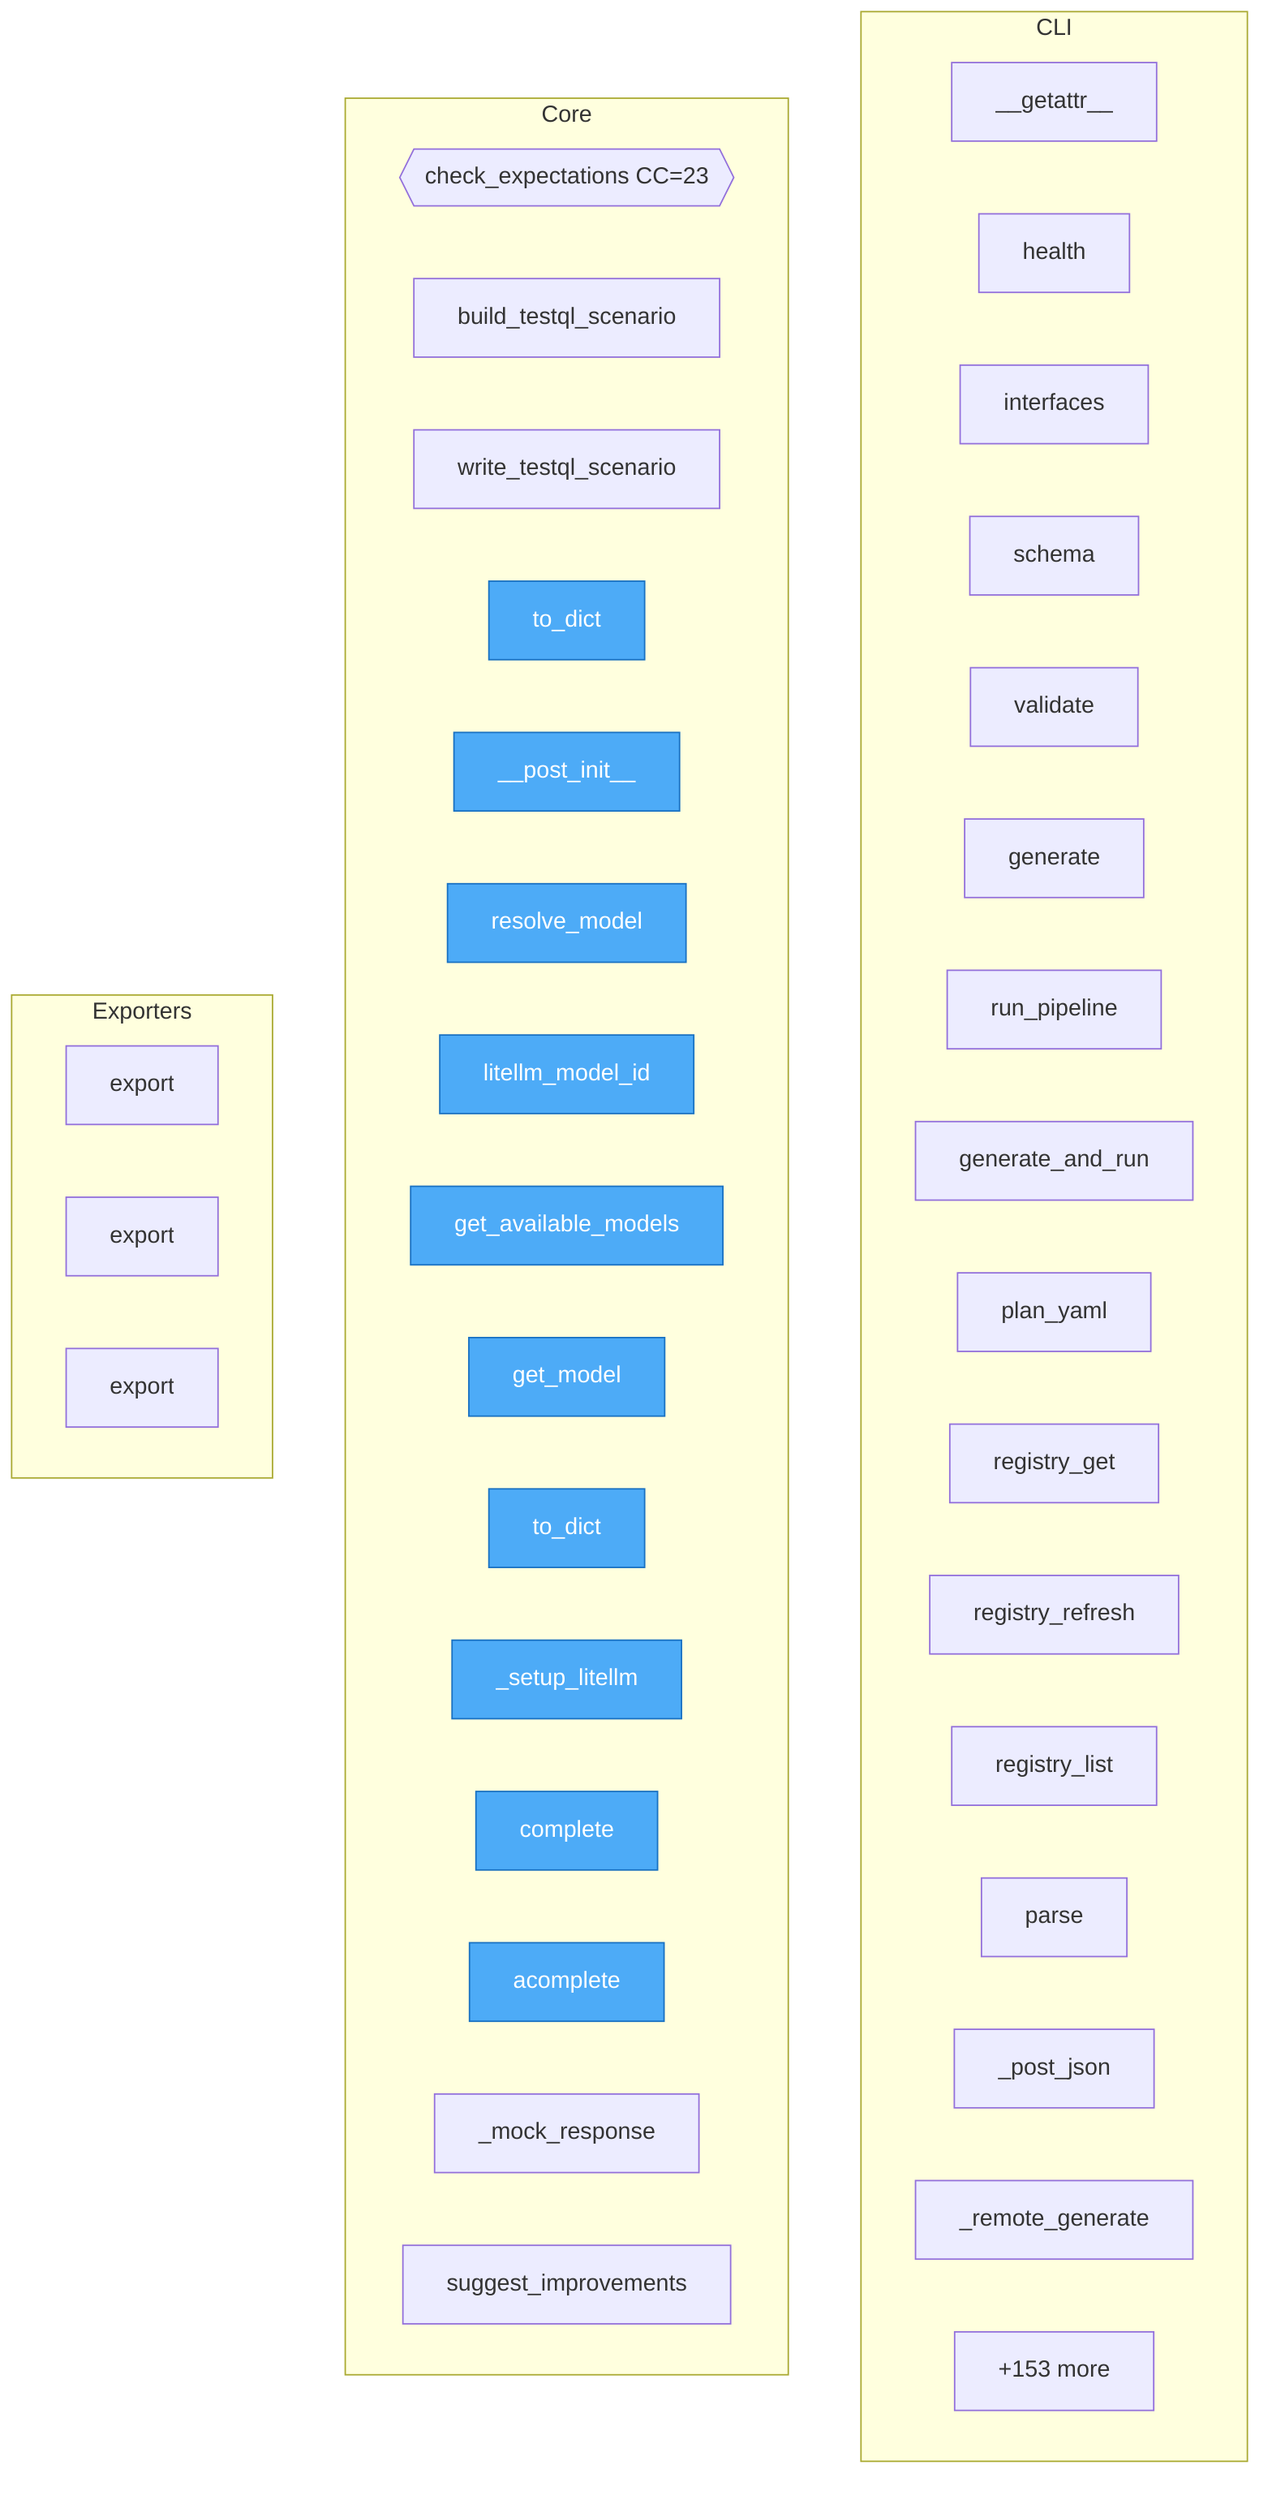
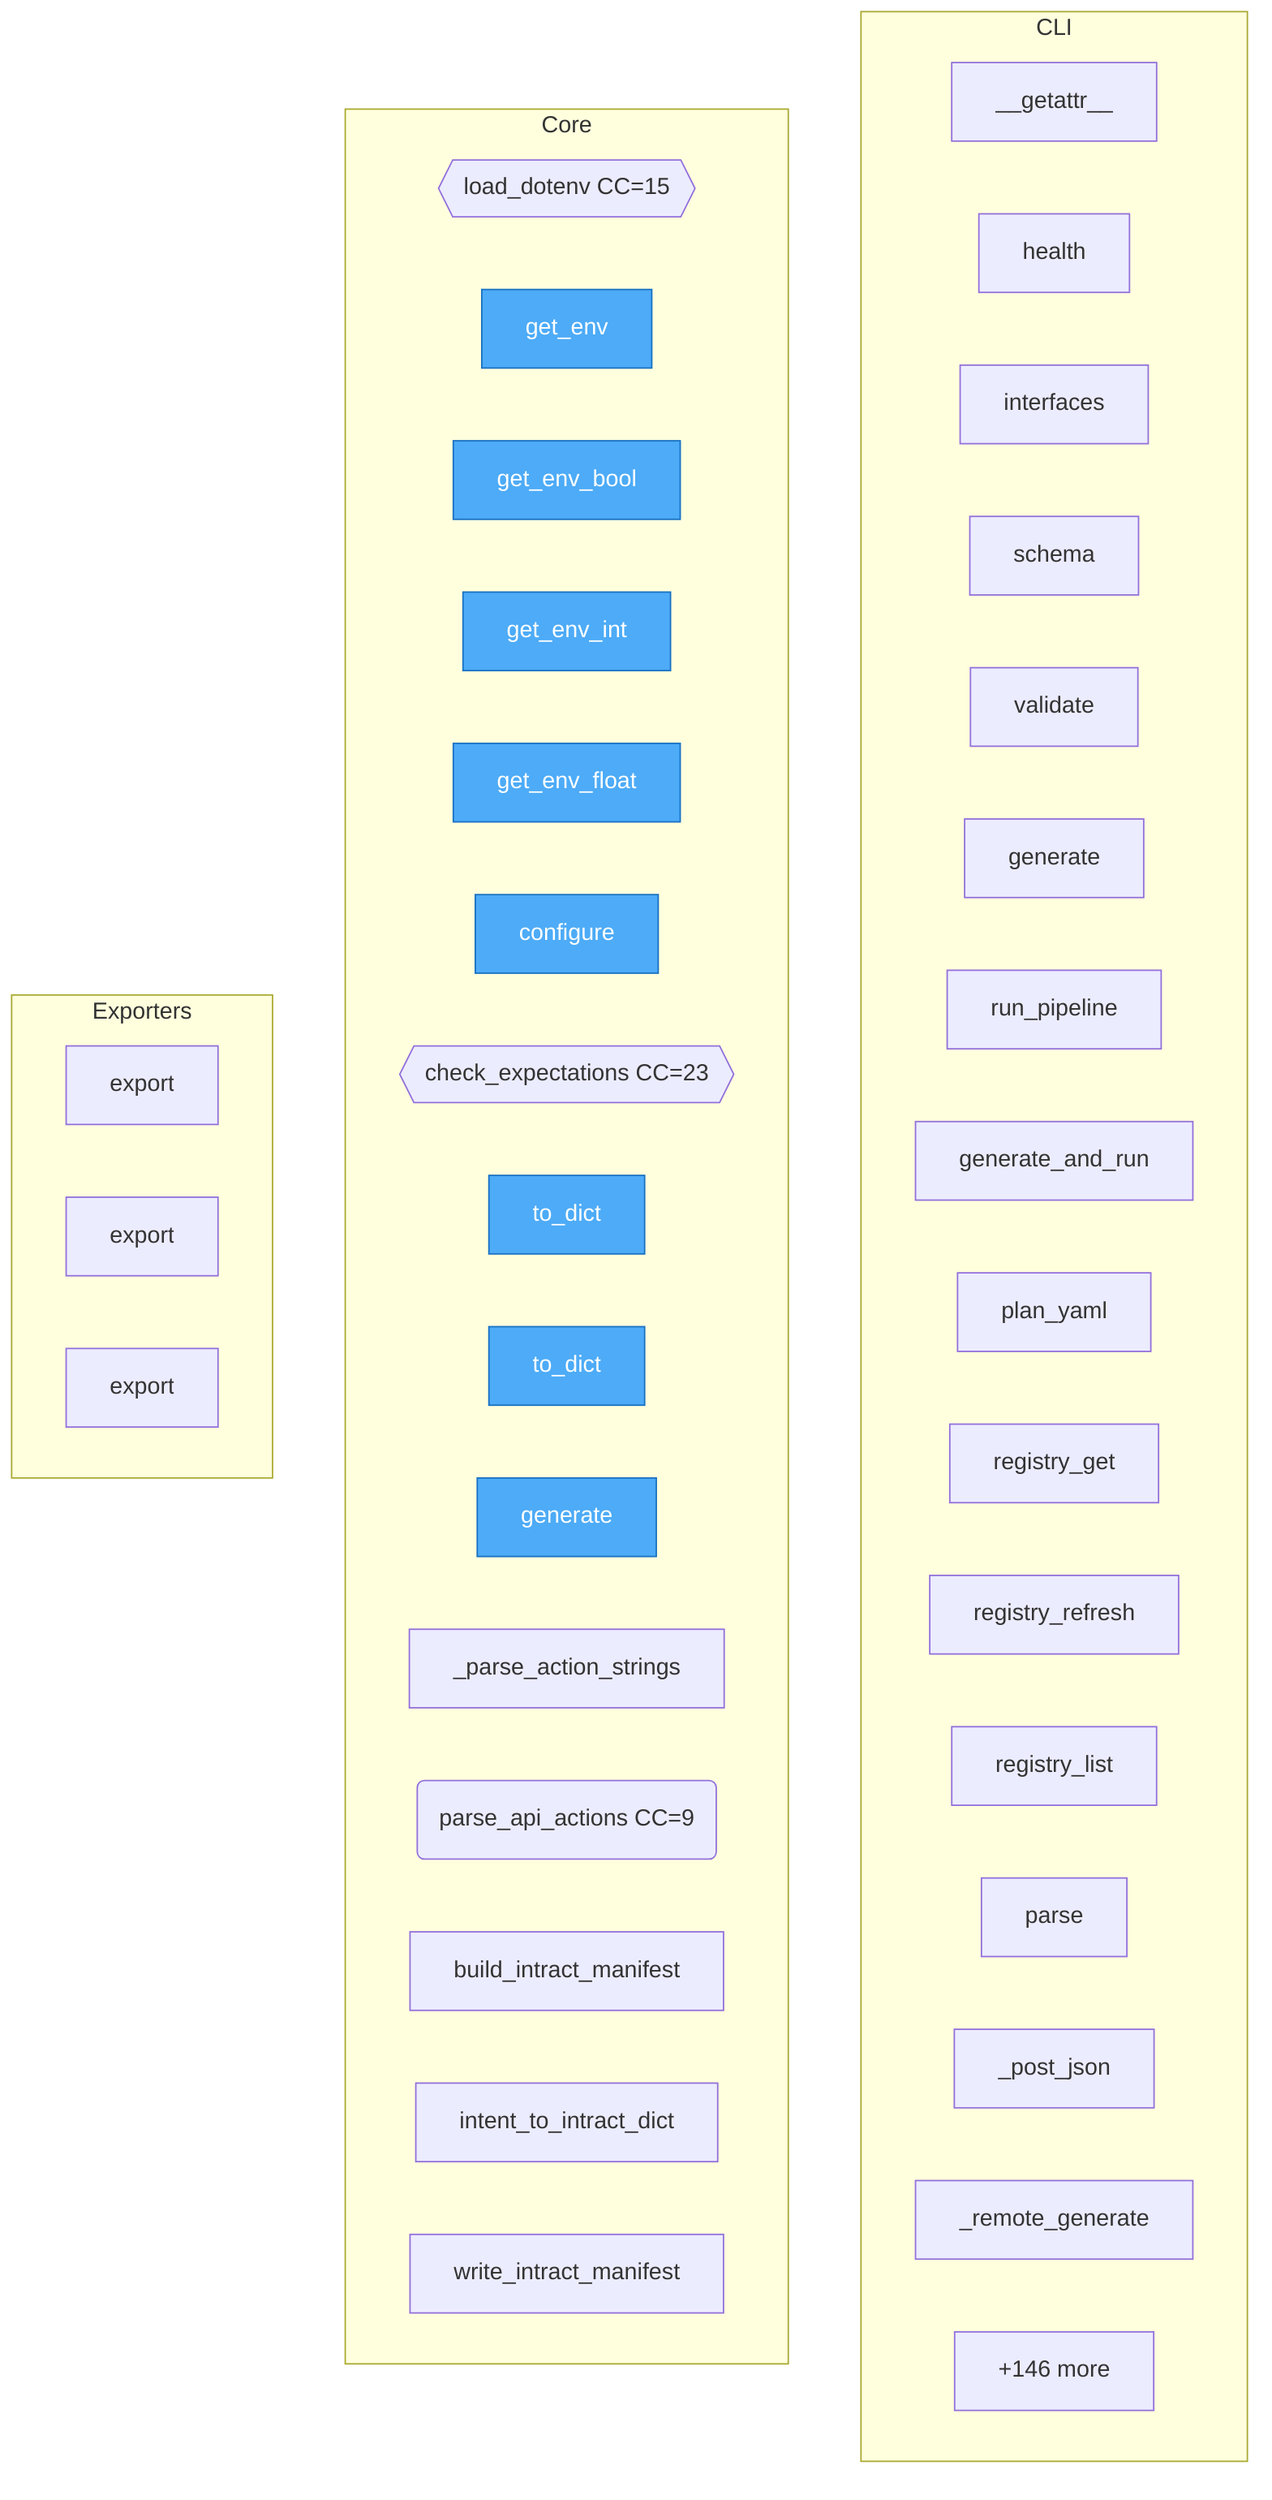
flowchart TD
%% generated in 0.01s

    %% Entry points (blue)
    classDef entry fill:#4dabf7,stroke:#1971c2,color:#fff

    subgraph CLI
        cli____getattr__["__getattr__"]
        sdk__client__IterunClient__health["health"]
        sdk__client__IterunClient__interfaces["interfaces"]
        sdk__client__IterunClient__schema["schema"]
        sdk__client__IterunClient__validate["validate"]
        sdk__client__IterunClient__generate["generate"]
        sdk__client__IterunClient__run_pipeline["run_pipeline"]
        sdk__client__IterunClient__generate_and_run["generate_and_run"]
        sdk__client__IterunClient__plan_yaml["plan_yaml"]
        sdk__client__IterunClient__registry_get["registry_get"]
        sdk__client__IterunClient__registry_refresh["registry_refresh"]
        sdk__client__IterunClient__registry_list["registry_list"]
        sdk__client__IterunClient__parse["parse"]
        sdk__client__IterunClient___post_json["_post_json"]
        sdk__client__IterunClient___remote_generate["_remote_generate"]
-         ...["+25 more"]
+         ...["+35 more"]
    end

    subgraph Core
+         config__load_dotenv{{load_dotenv CC=15}}
+         config__get_env["get_env"]
+         config__get_env_bool["get_env_bool"]
+         config__get_env_int["get_env_int"]
+         config__get_env_float["get_env_float"]
+         config__configure["configure"]
        generator__expectations__check_expectations{{check_expectations CC=23}}
-         generator__testql_scenario__build_testql_scenario["build_testql_scenario"]
-         generator__testql_scenario__write_testql_scenario["write_testql_scenario"]
-         ai_gateway__gateway__ModelConfig__to_dict["to_dict"]
-         ai_gateway__gateway__GatewayConfig____post_init__["__post_init__"]
-         ai_gateway__gateway__GatewayConfig__resolve_model["resolve_model"]
-         ai_gateway__gateway__GatewayConfig__litellm_model_id["litellm_model_id"]
-         ai_gateway__gateway__GatewayConfig__get_available_models["get_available_models"]
-         ai_gateway__gateway__GatewayConfig__get_model["get_model"]
-         ai_gateway__gateway__GatewayConfig__to_dict["to_dict"]
-         ai_gateway__gateway__AIGateway___setup_litellm["_setup_litellm"]
-         ai_gateway__gateway__AIGateway__complete["complete"]
-         ai_gateway__gateway__AIGateway__acomplete["acomplete"]
-         ai_gateway__gateway__AIGateway___mock_response["_mock_response"]
-         ai_gateway__gateway__AIGateway__suggest_improvements["suggest_improvements"]
-         ...["+153 more"]
+         generator__intent_generator__GenerateAttempt__to_dict["to_dict"]
+         generator__intent_generator__GenerateResult__to_dict["to_dict"]
+         generator__intent_generator__IntentGenerator__generate["generate"]
+         generator__intract_manifest___parse_action_strings["_parse_action_strings"]
+         generator__intract_manifest__parse_api_actions("parse_api_actions CC=9")
+         generator__intract_manifest__build_intract_manifest["build_intract_manifest"]
+         generator__intract_manifest__intent_to_intract_dict["intent_to_intract_dict"]
+         generator__intract_manifest__write_intract_manifest["write_intract_manifest"]
+         ...["+146 more"]
    end

    subgraph Exporters
-         integrations__adapters__opentelemetry__OpenTelemetryExporter__export["export"]
        integrations__adapters__base__RegistryExporter__export["export"]
        integrations__adapters__backstage__BackstageExporter__export["export"]
+         integrations__adapters__opentelemetry__OpenTelemetryExporter__export["export"]
    end

-     class ai_gateway__gateway__ModelConfig__to_dict,ai_gateway__gateway__GatewayConfig____post_init__,ai_gateway__gateway__GatewayConfig__resolve_model,ai_gateway__gateway__GatewayConfig__litellm_model_id,ai_gateway__gateway__GatewayConfig__get_available_models,ai_gateway__gateway__GatewayConfig__get_model,ai_gateway__gateway__GatewayConfig__to_dict,ai_gateway__gateway__AIGateway___setup_litellm,ai_gateway__gateway__AIGateway__complete,ai_gateway__gateway__AIGateway__acomplete entry
+     class config__get_env,config__get_env_bool,config__get_env_int,config__get_env_float,config__configure,generator__intent_generator__GenerateAttempt__to_dict,generator__intent_generator__GenerateResult__to_dict,generator__intent_generator__IntentGenerator__generate,generator__contract_verify__VerifyResult__to_dict,planner__simulator__DryRunResult__add_log entry
